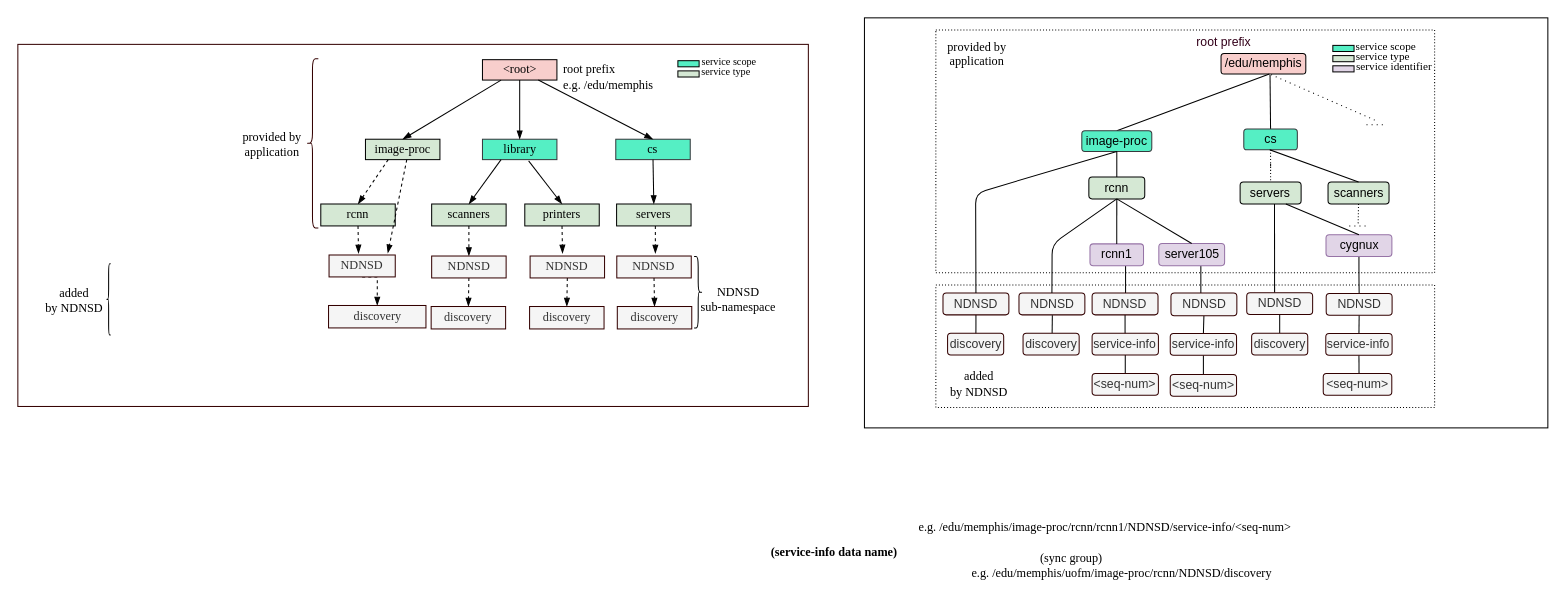
Above: page "Page-2" (2 of 3) of docs/Device Distribution.drawio in dulalsaurab/NDNSD (draw.io), before the change. Source tidied: cells renumbered, new cells numbered last; positions are measured from the earlier drawing's top-left corner, leaving out a move shared by most shapes. Both pictures are drawn from the tidied source at 102%, with x=0, y=0 at pixel (17, 17).
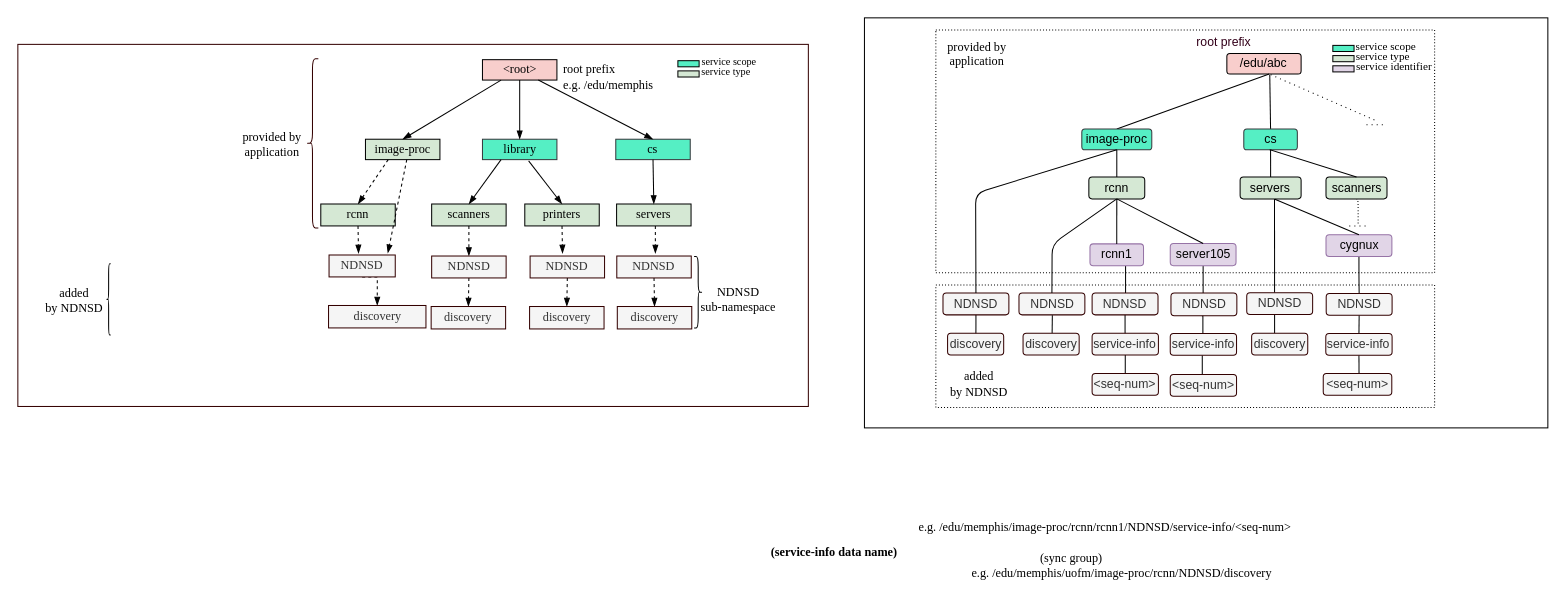
The same diagram, later.

The change refers to these unchanged cells:
```xml
<mxCell id="63" value="cygnux" style="rounded=1;whiteSpace=wrap;html=1;strokeWidth=1;fillColor=#e1d5e7;fontFamily=Helvetica;strokeColor=#9673a6;" parent="1" vertex="1">
  <mxGeometry x="1282.5" y="212.6" width="64.6" height="21.4" as="geometry" />
</mxCell>
<mxCell id="72" value="&lt;font&gt;cs&lt;/font&gt;" style="whiteSpace=wrap;html=1;strokeColor=#36393d;strokeWidth=1;fillColor=#55efc4;fontFamily=Helvetica;rounded=1;" parent="1" vertex="1">
  <mxGeometry x="1201.9" y="109" width="52.5" height="20.3" as="geometry" />
</mxCell>
<mxCell id="75" value="NDNSD" style="rounded=1;whiteSpace=wrap;html=1;strokeWidth=1;fillColor=#f5f5f5;fontColor=#333333;fontFamily=Helvetica;strokeColor=#330000;" parent="1" vertex="1">
  <mxGeometry x="1130.5" y="269.8" width="64.6" height="22.2" as="geometry" />
</mxCell>
<mxCell id="84" value="NDNSD" style="rounded=1;whiteSpace=wrap;html=1;strokeWidth=1;fillColor=#f5f5f5;fontColor=#333333;fontFamily=Helvetica;strokeColor=#330000;" parent="1" vertex="1">
  <mxGeometry x="1204.8" y="269.4" width="64.6" height="21.4" as="geometry" />
</mxCell>
<mxCell id="87" value="discovery" style="rounded=1;whiteSpace=wrap;html=1;strokeWidth=1;fillColor=#f5f5f5;fontColor=#333333;fontFamily=Helvetica;strokeColor=#330000;" parent="1" vertex="1">
  <mxGeometry x="1209.6" y="309.2" width="55" height="21.4" as="geometry" />
</mxCell>
<mxCell id="94" value="service-info" style="rounded=1;whiteSpace=wrap;html=1;strokeWidth=1;fillColor=#f5f5f5;fontColor=#333333;fontFamily=Helvetica;strokeColor=#330000;" parent="1" vertex="1">
  <mxGeometry x="1129.8" y="309.4" width="65" height="21.4" as="geometry" />
</mxCell>
<mxCell id="95" value="&amp;lt;seq-num&amp;gt;" style="rounded=1;whiteSpace=wrap;html=1;strokeWidth=1;fillColor=#f5f5f5;fontColor=#333333;fontFamily=Helvetica;strokeColor=#330000;" parent="1" vertex="1">
  <mxGeometry x="1129.8" y="349.6" width="65" height="21.4" as="geometry" />
</mxCell>
```

Diff of the diagram source:
```diff
@@
     <mxCell id="48" style="endArrow=none;html=1;shadow=0;strokeColor=default;fontColor=default;endFill=0;entryX=0.5;entryY=0;entryDx=0;entryDy=0;" parent="1" edge="1">
       <mxGeometry relative="1" as="geometry">
-        <mxPoint x="1232" y="182" as="sourcePoint" />
+        <mxPoint x="1232" y="177" as="sourcePoint" />
         <mxPoint x="1232.1" y="269.4" as="targetPoint" />
       </mxGeometry>
     </mxCell>
@@
-    <mxCell id="60" style="edgeStyle=orthogonalEdgeStyle;rounded=1;orthogonalLoop=1;jettySize=auto;html=1;exitX=0.5;exitY=1;exitDx=0;exitDy=0;endArrow=none;endFill=0;" parent="1" edge="1">
-      <mxGeometry relative="1" as="geometry">
-        <mxPoint x="1159.8" y="243" as="sourcePoint" />
-        <mxPoint x="1159.8" y="269.8" as="targetPoint" />
-        <Array as="points">
-          <mxPoint x="1160" y="243" />
-        </Array>
-      </mxGeometry>
-    </mxCell>
+    <mxCell id="113" style="edgeStyle=orthogonalEdgeStyle;rounded=0;jettySize=auto;html=1;exitX=0.5;exitY=1;exitDx=0;exitDy=0;entryX=0.488;entryY=0.098;entryDx=0;entryDy=0;entryPerimeter=0;endArrow=none;endFill=0;" parent="1" edge="1" source="61" target="75">
+      <mxGeometry relative="1" as="geometry" />
+    </mxCell>
     <mxCell id="61" value="server105" style="rounded=1;whiteSpace=wrap;html=1;strokeWidth=1;fillColor=#e1d5e7;fontFamily=Helvetica;strokeColor=#9673a6;" parent="1" vertex="1">
-      <mxGeometry x="1118.6" y="221.2" width="64.5" height="21.8" as="geometry" />
+      <mxGeometry x="1129.8" y="221.2" width="64.5" height="21.8" as="geometry" />
     </mxCell>
@@
-    <mxCell id="64" value="/edu/memphis" style="rounded=1;whiteSpace=wrap;html=1;strokeColor=#000000;strokeWidth=1;fillColor=#f8cecc;" parent="1" vertex="1">
-      <mxGeometry x="1179.6" y="35" width="83.1" height="20" as="geometry" />
+    <mxCell id="64" value="/edu/abc" style="rounded=1;whiteSpace=wrap;html=1;strokeColor=#000000;strokeWidth=1;fillColor=#f8cecc;" parent="1" vertex="1">
+      <mxGeometry x="1185.3" y="35" width="72.8" height="20" as="geometry" />
     </mxCell>
@@
-    <mxCell id="71" style="edgeStyle=orthogonalEdgeStyle;rounded=1;jettySize=auto;html=1;exitX=0.5;exitY=1;exitDx=0;exitDy=0;dashed=1;dashPattern=1 2;fontFamily=Helvetica;fontSize=11;endArrow=none;endFill=0;" parent="1" edge="1" source="72" target="76">
+    <mxCell id="71" style="edgeStyle=orthogonalEdgeStyle;rounded=1;jettySize=auto;html=1;exitX=0.5;exitY=1;exitDx=0;exitDy=0;fontFamily=Helvetica;fontSize=11;endArrow=none;endFill=0;" parent="1" edge="1" source="72" target="76">
       <mxGeometry relative="1" as="geometry" />
     </mxCell>
@@
     <mxCell id="73" value="&lt;span&gt;image-proc&lt;/span&gt;" style="whiteSpace=wrap;html=1;strokeColor=#36393d;strokeWidth=1;fillColor=#55EFC4;fontFamily=Helvetica;rounded=1;" parent="1" vertex="1">
-      <mxGeometry x="1043.1" y="110.7" width="68.6" height="20.3" as="geometry" />
+      <mxGeometry x="1043.1" y="109" width="68.6" height="20.3" as="geometry" />
     </mxCell>
-    <mxCell id="74" style="edgeStyle=orthogonalEdgeStyle;rounded=1;jettySize=auto;html=1;exitX=0.5;exitY=1;exitDx=0;exitDy=0;entryX=0.5;entryY=0;entryDx=0;entryDy=0;fontFamily=Helvetica;fontSize=13;endArrow=none;endFill=0;" parent="1" edge="1" source="75" target="94">
-      <mxGeometry relative="1" as="geometry" />
-    </mxCell>
+    <mxCell id="114" style="edgeStyle=orthogonalEdgeStyle;rounded=0;orthogonalLoop=1;jettySize=auto;html=1;exitX=0.5;exitY=1;exitDx=0;exitDy=0;entryX=0.524;entryY=0.017;entryDx=0;entryDy=0;entryPerimeter=0;endArrow=none;endFill=0;" parent="1" edge="1">
+      <mxGeometry relative="1" as="geometry">
+        <mxPoint x="1160.8" y="292" as="sourcePoint" />
+        <mxPoint x="1161.8" y="309.8" as="targetPoint" />
+      </mxGeometry>
+    </mxCell>
@@
     <mxCell id="76" value="servers" style="rounded=1;whiteSpace=wrap;html=1;strokeColor=#000000;strokeWidth=1;fillColor=#d5e8d4;fontFamily=Helvetica;" parent="1" vertex="1">
-      <mxGeometry x="1198.3" y="161" width="59.8" height="21.5" as="geometry" />
+      <mxGeometry x="1198.3" y="156" width="59.8" height="21.5" as="geometry" />
     </mxCell>
@@
-    <mxCell id="78" style="endArrow=none;html=1;shadow=0;strokeColor=default;fontColor=default;endFill=0;exitX=0.75;exitY=1;exitDx=0;exitDy=0;entryX=0.5;entryY=0;entryDx=0;entryDy=0;" parent="1" edge="1" source="76" target="63">
+    <mxCell id="78" style="endArrow=none;html=1;shadow=0;strokeColor=default;fontColor=default;endFill=0;exitX=0.571;exitY=1.016;exitDx=0;exitDy=0;entryX=0.5;entryY=0;entryDx=0;entryDy=0;exitPerimeter=0;" parent="1" edge="1" source="76" target="63">
       <mxGeometry relative="1" as="geometry" />
     </mxCell>
@@
-    <mxCell id="83" style="edgeStyle=orthogonalEdgeStyle;rounded=1;jettySize=auto;html=1;exitX=0.5;exitY=1;exitDx=0;exitDy=0;entryX=0.5;entryY=0;entryDx=0;entryDy=0;fontFamily=Helvetica;fontSize=13;endArrow=none;endFill=0;" parent="1" edge="1" source="84" target="87">
-      <mxGeometry relative="1" as="geometry" />
+    <mxCell id="83" style="edgeStyle=orthogonalEdgeStyle;rounded=1;orthogonalLoop=1;jettySize=auto;html=1;exitX=0.5;exitY=1;exitDx=0;exitDy=0;entryX=0.5;entryY=0;entryDx=0;entryDy=0;fontFamily=Helvetica;fontSize=13;endArrow=none;endFill=0;" parent="1" edge="1">
+      <mxGeometry relative="1" as="geometry">
+        <mxPoint x="1232.1" y="290.7" as="sourcePoint" />
+        <mxPoint x="1232.1" y="309.2" as="targetPoint" />
+      </mxGeometry>
     </mxCell>
@@
-    <mxCell id="93" style="edgeStyle=orthogonalEdgeStyle;rounded=1;jettySize=auto;html=1;exitX=0.5;exitY=1;exitDx=0;exitDy=0;entryX=0.5;entryY=0;entryDx=0;entryDy=0;fontFamily=Helvetica;fontSize=11;endArrow=none;endFill=0;" parent="1" edge="1" source="94" target="95">
-      <mxGeometry relative="1" as="geometry" />
+    <mxCell id="93" style="edgeStyle=orthogonalEdgeStyle;rounded=1;orthogonalLoop=1;jettySize=auto;html=1;exitX=0.5;exitY=1;exitDx=0;exitDy=0;entryX=0.5;entryY=0;entryDx=0;entryDy=0;fontFamily=Helvetica;fontSize=11;endArrow=none;endFill=0;" parent="1" edge="1">
+      <mxGeometry relative="1" as="geometry">
+        <mxPoint x="1161.2" y="330.8" as="sourcePoint" />
+        <mxPoint x="1161.2" y="349.6" as="targetPoint" />
+      </mxGeometry>
     </mxCell>
@@
     <mxCell id="105" value="scanners" style="rounded=1;whiteSpace=wrap;html=1;strokeColor=#000000;strokeWidth=1;fillColor=#d5e8d4;fontFamily=Helvetica;" parent="1" vertex="1">
-      <mxGeometry x="1284.5" y="161" width="59.8" height="21.5" as="geometry" />
+      <mxGeometry x="1282.5" y="156" width="59.8" height="21.5" as="geometry" />
     </mxCell>
```
